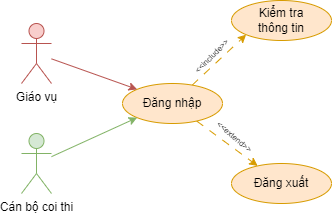
copecute/Edudex-Quiz keeps this draw.io diagram as document/temp/draw/usecase_phanra/usecase_dangnhap.drawio.png. Above is the earlier version. Source tidied: cells renumbered, new cells last; positions are measured from the earlier drawing's top-left corner, leaving out a move shared by most shapes. Its diagram source:
```xml
<mxGraphModel>
  <root>
    <mxCell id="0" />
    <mxCell id="1" parent="0" />
    <mxCell id="2" style="rounded=0;jettySize=auto;html=1;dashed=1;dashPattern=8 8;fillColor=#ffe6cc;strokeColor=#d79b00;" parent="1" edge="1" source="4" target="6">
      <mxGeometry relative="1" as="geometry" />
    </mxCell>
    <mxCell id="3" style="rounded=0;jettySize=auto;html=1;entryX=0;entryY=1;entryDx=0;entryDy=0;dashed=1;dashPattern=8 8;fillColor=#ffe6cc;strokeColor=#d79b00;" parent="1" edge="1" source="4" target="5">
      <mxGeometry relative="1" as="geometry" />
    </mxCell>
    <mxCell id="4" value="Đăng nhập" style="ellipse;whiteSpace=wrap;html=1;fillColor=#ffe6cc;strokeColor=#d79b00;" parent="1" vertex="1">
      <mxGeometry x="101" y="83" width="100" height="40" as="geometry" />
    </mxCell>
    <mxCell id="5" value="Kiểm tra&lt;br&gt;thông tin" style="ellipse;whiteSpace=wrap;html=1;fillColor=#ffe6cc;strokeColor=#d79b00;" parent="1" vertex="1">
      <mxGeometry x="210" width="100" height="40" as="geometry" />
    </mxCell>
    <mxCell id="6" value="Đăng xuất" style="ellipse;whiteSpace=wrap;html=1;fillColor=#ffe6cc;strokeColor=#d79b00;" parent="1" vertex="1">
      <mxGeometry x="210" y="163" width="100" height="40" as="geometry" />
    </mxCell>
    <mxCell id="7" value="&lt;font style=&quot;font-size: 8px;&quot;&gt;&amp;lt;&amp;lt;extend&amp;gt;&amp;gt;&lt;/font&gt;" style="text;html=1;strokeColor=none;fillColor=none;align=center;verticalAlign=middle;whiteSpace=wrap;rounded=0;rotation=40;" parent="1" vertex="1">
      <mxGeometry x="184" y="121" width="60" height="30" as="geometry" />
    </mxCell>
    <mxCell id="8" value="&lt;font style=&quot;font-size: 8px;&quot;&gt;&amp;lt;&amp;lt;include&amp;gt;&amp;gt;&lt;/font&gt;" style="text;html=1;strokeColor=none;fillColor=none;align=center;verticalAlign=middle;whiteSpace=wrap;rounded=0;rotation=-45;" parent="1" vertex="1">
      <mxGeometry x="160" y="40" width="60" height="30" as="geometry" />
    </mxCell>
    <mxCell id="9" style="rounded=0;jettySize=auto;html=1;entryX=0;entryY=0;entryDx=0;entryDy=0;fillColor=#f8cecc;strokeColor=#b85450;" parent="1" edge="1" source="10" target="4">
      <mxGeometry relative="1" as="geometry" />
    </mxCell>
    <mxCell id="10" value="Giáo vụ" style="shape=umlActor;verticalLabelPosition=bottom;verticalAlign=top;html=1;outlineConnect=0;fillColor=#f8cecc;strokeColor=#b85450;" parent="1" vertex="1">
      <mxGeometry y="23" width="30" height="60" as="geometry" />
    </mxCell>
    <mxCell id="11" style="rounded=0;jettySize=auto;html=1;entryX=0;entryY=1;entryDx=0;entryDy=0;fillColor=#d5e8d4;strokeColor=#82b366;" parent="1" edge="1" source="12" target="4">
      <mxGeometry relative="1" as="geometry" />
    </mxCell>
    <mxCell id="12" value="Cán bộ coi thi" style="shape=umlActor;verticalLabelPosition=bottom;verticalAlign=top;html=1;outlineConnect=0;fillColor=#d5e8d4;strokeColor=#82b366;" parent="1" vertex="1">
      <mxGeometry y="133" width="30" height="60" as="geometry" />
    </mxCell>
  </root>
</mxGraphModel>
```
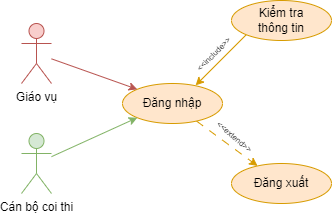
The same file after the commit.

Change to the diagram source:
```diff
@@ -5,12 +5,12 @@
     <mxCell id="2" style="rounded=0;jettySize=auto;html=1;dashed=1;dashPattern=8 8;fillColor=#ffe6cc;strokeColor=#d79b00;" parent="1" edge="1" source="4" target="6">
       <mxGeometry relative="1" as="geometry" />
     </mxCell>
-    <mxCell id="3" style="rounded=0;jettySize=auto;html=1;entryX=0;entryY=1;entryDx=0;entryDy=0;dashed=1;dashPattern=8 8;fillColor=#ffe6cc;strokeColor=#d79b00;" parent="1" edge="1" source="4" target="5">
-      <mxGeometry relative="1" as="geometry" />
-    </mxCell>
     <mxCell id="4" value="Đăng nhập" style="ellipse;whiteSpace=wrap;html=1;fillColor=#ffe6cc;strokeColor=#d79b00;" parent="1" vertex="1">
       <mxGeometry x="101" y="83" width="100" height="40" as="geometry" />
     </mxCell>
+    <mxCell id="13" style="rounded=0;jettySize=auto;html=1;exitX=0;exitY=1;exitDx=0;exitDy=0;entryX=0.731;entryY=0.047;entryDx=0;entryDy=0;fillColor=#ffe6cc;strokeColor=#d79b00;entryPerimeter=0;" parent="1" edge="1" source="5" target="4">
+      <mxGeometry relative="1" as="geometry" />
+    </mxCell>
     <mxCell id="5" value="Kiểm tra&lt;br&gt;thông tin" style="ellipse;whiteSpace=wrap;html=1;fillColor=#ffe6cc;strokeColor=#d79b00;" parent="1" vertex="1">
       <mxGeometry x="210" width="100" height="40" as="geometry" />
     </mxCell>
@@ -21,7 +21,7 @@
       <mxGeometry x="184" y="121" width="60" height="30" as="geometry" />
     </mxCell>
     <mxCell id="8" value="&lt;font style=&quot;font-size: 8px;&quot;&gt;&amp;lt;&amp;lt;include&amp;gt;&amp;gt;&lt;/font&gt;" style="text;html=1;strokeColor=none;fillColor=none;align=center;verticalAlign=middle;whiteSpace=wrap;rounded=0;rotation=-45;" parent="1" vertex="1">
-      <mxGeometry x="160" y="40" width="60" height="30" as="geometry" />
+      <mxGeometry x="162" y="38" width="60" height="30" as="geometry" />
     </mxCell>
     <mxCell id="9" style="rounded=0;jettySize=auto;html=1;entryX=0;entryY=0;entryDx=0;entryDy=0;fillColor=#f8cecc;strokeColor=#b85450;" parent="1" edge="1" source="10" target="4">
       <mxGeometry relative="1" as="geometry" />
```
